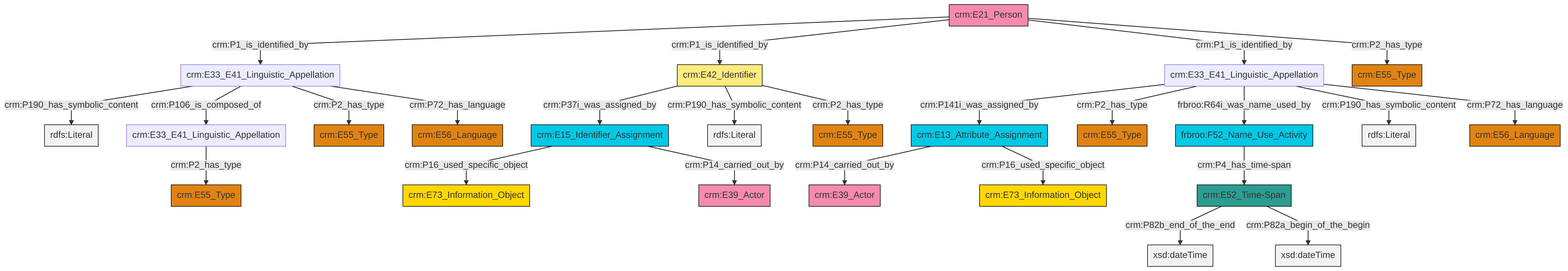
swiss-art-research-net/docs.swissartresearch keeps this Mermaid diagram as et/personCSV/ttl/mmd/png/Person_Names_and_Classification.png. Above is the earlier version. Its source is kept beside it as et/personCSV/ttl/mmd/Person_Names_and_Classification.ttl.mmd.
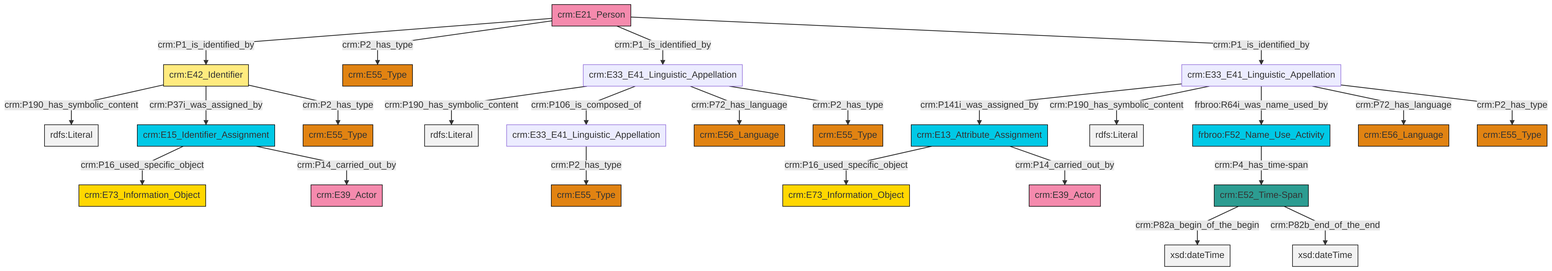
Later version of the same file.

Diff of the diagram source:
```diff
@@ -13,27 +13,27 @@
 classDef PC_Classes fill:#4ce600, stroke:#000000;
 classDef Multi fill:#cccccc,stroke:#000000;
 
-4["crm:E42_Identifier"]:::Appellation -->|crm:P37i_was_assigned_by| 5["crm:E15_Identifier_Assignment"]:::Temporal_Entity
-4["crm:E42_Identifier"]:::Appellation -->|crm:P190_has_symbolic_content| 8[rdfs:Literal]:::Literal
-4["crm:E42_Identifier"]:::Appellation -->|crm:P2_has_type| 9["crm:E55_Type"]:::Type
-12["crm:E13_Attribute_Assignment"]:::Temporal_Entity -->|crm:P14_carried_out_by| 0["crm:E39_Actor"]:::Actor
-15["crm:E52_Time-Span"]:::Time-Span -->|crm:P82b_end_of_the_end| 16[xsd:dateTime]:::Literal
-19["crm:E33_E41_Linguistic_Appellation"]:::Default -->|crm:P141i_was_assigned_by| 12["crm:E13_Attribute_Assignment"]:::Temporal_Entity
-19["crm:E33_E41_Linguistic_Appellation"]:::Default -->|crm:P2_has_type| 20["crm:E55_Type"]:::Type
-21["crm:E33_E41_Linguistic_Appellation"]:::Default -->|crm:P190_has_symbolic_content| 22[rdfs:Literal]:::Literal
-5["crm:E15_Identifier_Assignment"]:::Temporal_Entity -->|crm:P16_used_specific_object| 27["crm:E73_Information_Object"]:::Conceptual_Object
-19["crm:E33_E41_Linguistic_Appellation"]:::Default -->|frbroo:R64i_was_name_used_by| 23["frbroo:F52_Name_Use_Activity"]:::Temporal_Entity
-21["crm:E33_E41_Linguistic_Appellation"]:::Default -->|crm:P106_is_composed_of| 29["crm:E33_E41_Linguistic_Appellation"]:::Default
-19["crm:E33_E41_Linguistic_Appellation"]:::Default -->|crm:P190_has_symbolic_content| 31[rdfs:Literal]:::Literal
-17["crm:E21_Person"]:::Actor -->|crm:P1_is_identified_by| 21["crm:E33_E41_Linguistic_Appellation"]:::Default
-12["crm:E13_Attribute_Assignment"]:::Temporal_Entity -->|crm:P16_used_specific_object| 6["crm:E73_Information_Object"]:::Conceptual_Object
-19["crm:E33_E41_Linguistic_Appellation"]:::Default -->|crm:P72_has_language| 25["crm:E56_Language"]:::Type
-23["frbroo:F52_Name_Use_Activity"]:::Temporal_Entity -->|crm:P4_has_time-span| 15["crm:E52_Time-Span"]:::Time-Span
-17["crm:E21_Person"]:::Actor -->|crm:P1_is_identified_by| 4["crm:E42_Identifier"]:::Appellation
-17["crm:E21_Person"]:::Actor -->|crm:P1_is_identified_by| 19["crm:E33_E41_Linguistic_Appellation"]:::Default
-5["crm:E15_Identifier_Assignment"]:::Temporal_Entity -->|crm:P14_carried_out_by| 10["crm:E39_Actor"]:::Actor
-21["crm:E33_E41_Linguistic_Appellation"]:::Default -->|crm:P2_has_type| 2["crm:E55_Type"]:::Type
-17["crm:E21_Person"]:::Actor -->|crm:P2_has_type| 40["crm:E55_Type"]:::Type
-21["crm:E33_E41_Linguistic_Appellation"]:::Default -->|crm:P72_has_language| 13["crm:E56_Language"]:::Type
-15["crm:E52_Time-Span"]:::Time-Span -->|crm:P82a_begin_of_the_begin| 43[xsd:dateTime]:::Literal
-29["crm:E33_E41_Linguistic_Appellation"]:::Default -->|crm:P2_has_type| 38["crm:E55_Type"]:::Type
+0["crm:E33_E41_Linguistic_Appellation"]:::Default -->|crm:P141i_was_assigned_by| 1["crm:E13_Attribute_Assignment"]:::Temporal_Entity
+0["crm:E33_E41_Linguistic_Appellation"]:::Default -->|crm:P190_has_symbolic_content| 2[rdfs:Literal]:::Literal
+5["crm:E21_Person"]:::Actor -->|crm:P1_is_identified_by| 6["crm:E42_Identifier"]:::Appellation
+5["crm:E21_Person"]:::Actor -->|crm:P2_has_type| 7["crm:E55_Type"]:::Type
+13["crm:E33_E41_Linguistic_Appellation"]:::Default -->|crm:P190_has_symbolic_content| 14[rdfs:Literal]:::Literal
+6["crm:E42_Identifier"]:::Appellation -->|crm:P190_has_symbolic_content| 25[rdfs:Literal]:::Literal
+6["crm:E42_Identifier"]:::Appellation -->|crm:P37i_was_assigned_by| 26["crm:E15_Identifier_Assignment"]:::Temporal_Entity
+3["crm:E52_Time-Span"]:::Time-Span -->|crm:P82a_begin_of_the_begin| 28[xsd:dateTime]:::Literal
+1["crm:E13_Attribute_Assignment"]:::Temporal_Entity -->|crm:P16_used_specific_object| 9["crm:E73_Information_Object"]:::Conceptual_Object
+13["crm:E33_E41_Linguistic_Appellation"]:::Default -->|crm:P106_is_composed_of| 17["crm:E33_E41_Linguistic_Appellation"]:::Default
+5["crm:E21_Person"]:::Actor -->|crm:P1_is_identified_by| 13["crm:E33_E41_Linguistic_Appellation"]:::Default
+26["crm:E15_Identifier_Assignment"]:::Temporal_Entity -->|crm:P16_used_specific_object| 23["crm:E73_Information_Object"]:::Conceptual_Object
+3["crm:E52_Time-Span"]:::Time-Span -->|crm:P82b_end_of_the_end| 38[xsd:dateTime]:::Literal
+17["crm:E33_E41_Linguistic_Appellation"]:::Default -->|crm:P2_has_type| 19["crm:E55_Type"]:::Type
+13["crm:E33_E41_Linguistic_Appellation"]:::Default -->|crm:P72_has_language| 41["crm:E56_Language"]:::Type
+26["crm:E15_Identifier_Assignment"]:::Temporal_Entity -->|crm:P14_carried_out_by| 33["crm:E39_Actor"]:::Actor
+1["crm:E13_Attribute_Assignment"]:::Temporal_Entity -->|crm:P14_carried_out_by| 15["crm:E39_Actor"]:::Actor
+0["crm:E33_E41_Linguistic_Appellation"]:::Default -->|frbroo:R64i_was_name_used_by| 31["frbroo:F52_Name_Use_Activity"]:::Temporal_Entity
+6["crm:E42_Identifier"]:::Appellation -->|crm:P2_has_type| 39["crm:E55_Type"]:::Type
+13["crm:E33_E41_Linguistic_Appellation"]:::Default -->|crm:P2_has_type| 35["crm:E55_Type"]:::Type
+0["crm:E33_E41_Linguistic_Appellation"]:::Default -->|crm:P72_has_language| 11["crm:E56_Language"]:::Type
+0["crm:E33_E41_Linguistic_Appellation"]:::Default -->|crm:P2_has_type| 21["crm:E55_Type"]:::Type
+5["crm:E21_Person"]:::Actor -->|crm:P1_is_identified_by| 0["crm:E33_E41_Linguistic_Appellation"]:::Default
+31["frbroo:F52_Name_Use_Activity"]:::Temporal_Entity -->|crm:P4_has_time-span| 3["crm:E52_Time-Span"]:::Time-Span
```
